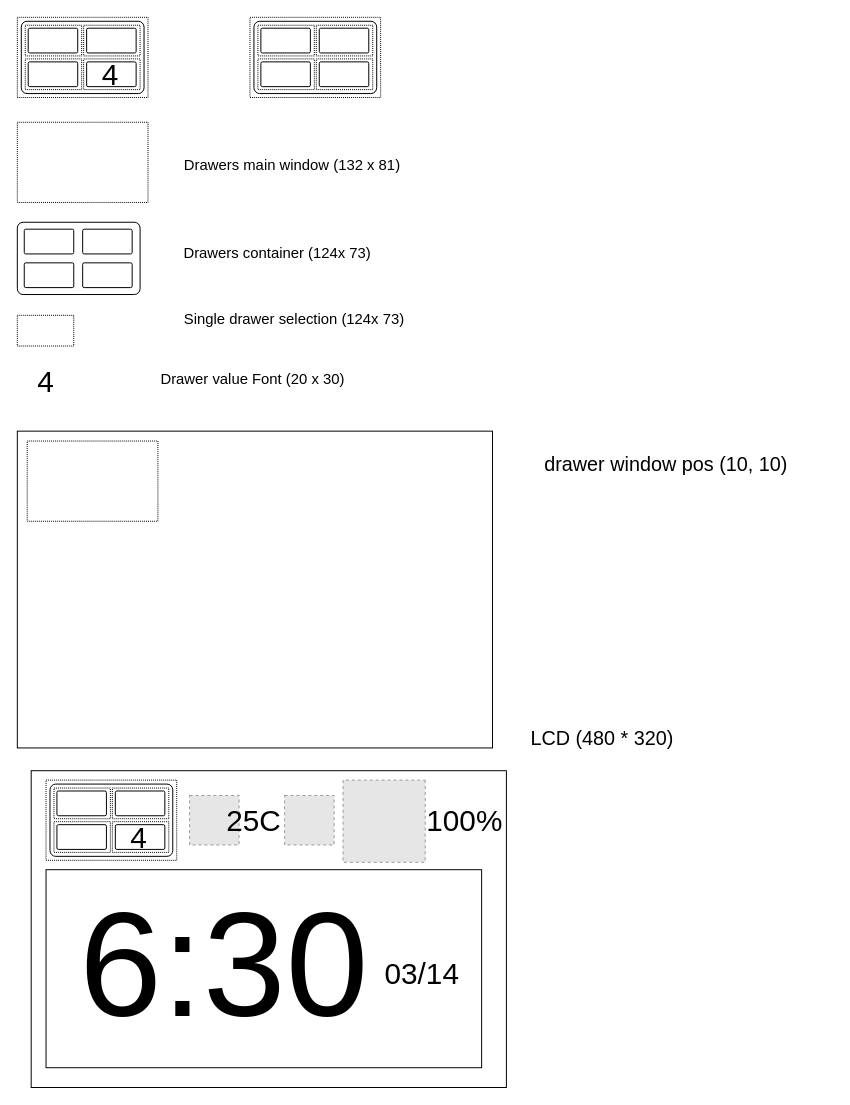
bdcabreran/Ali_pet_feeder keeps this draw.io diagram as page "ui_drawers" (5 of 12) of doc/images_pet_feeder/pet_feeder_gui_drawings.drawio. Above is the earlier version. Source tidied: cells renumbered, new cells numbered last; positions are measured from the earlier drawing's top-left corner, leaving out a move shared by most shapes. Both pictures are drawn from the tidied source at 99%, with x=0, y=0 at pixel (17, 17). Pictures stored in the file or linked from it are replaced by grey dashed boxes.
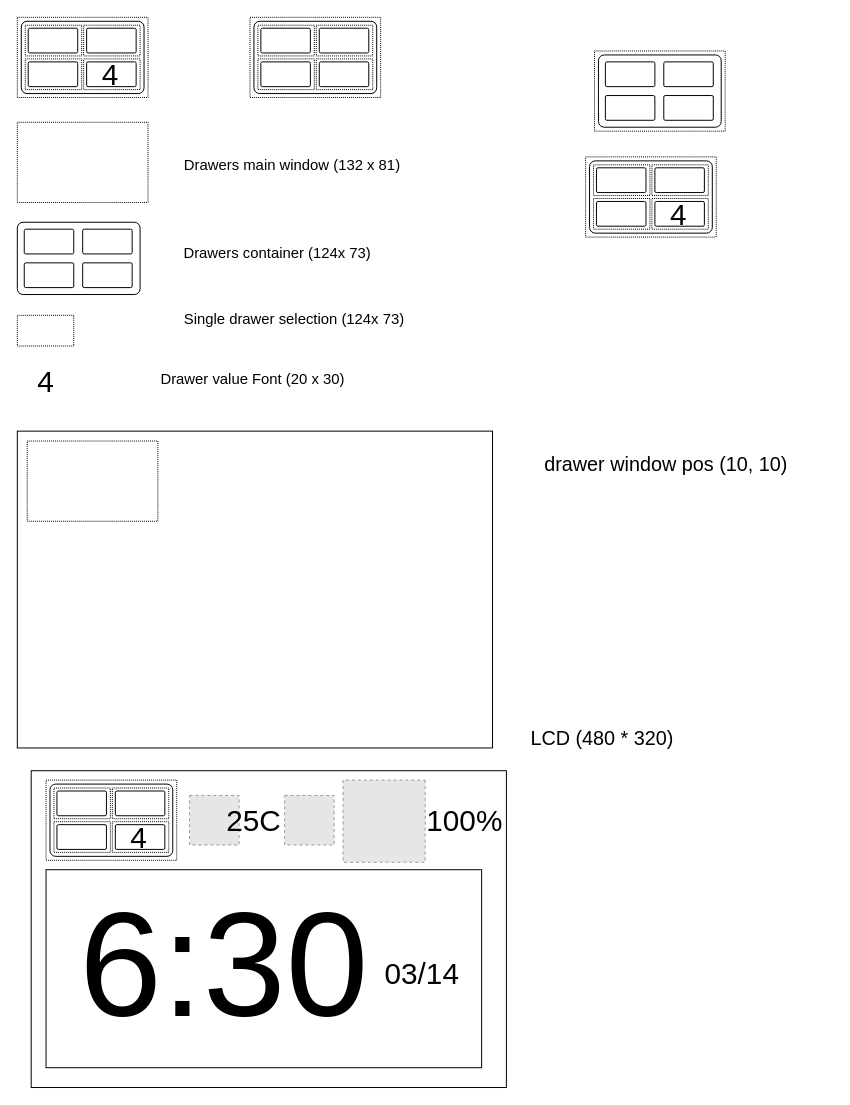
After the change.

Change to the diagram source:
```diff
@@
+    <mxCell id="62" style="group;" parent="1" vertex="1">
+      <mxGeometry x="583" y="34" width="132" height="81" as="geometry" />
+    </mxCell>
+    <mxCell id="63" style="rounded=0;whiteSpace=wrap;html=1;strokeColor=default;strokeWidth=1;fillColor=none;dashed=1;dashPattern=1 1;" parent="62" vertex="1">
+      <mxGeometry width="132" height="81" as="geometry" />
+    </mxCell>
+    <mxCell id="64" style="group;" parent="62" vertex="1">
+      <mxGeometry x="4" y="4" width="124" height="73" as="geometry" />
+    </mxCell>
+    <mxCell id="65" style="rounded=1;whiteSpace=wrap;html=1;arcSize=8;strokeWidth=1;fillColor=none;" parent="64" vertex="1">
+      <mxGeometry width="124" height="73" as="geometry" />
+    </mxCell>
+    <mxCell id="66" style="rounded=1;whiteSpace=wrap;html=1;arcSize=6;fillColor=none;" parent="64" vertex="1">
+      <mxGeometry x="7" y="7" width="50" height="25" as="geometry" />
+    </mxCell>
+    <mxCell id="67" style="rounded=1;whiteSpace=wrap;html=1;arcSize=6;fillColor=none;" parent="64" vertex="1">
+      <mxGeometry x="66" y="7" width="50" height="25" as="geometry" />
+    </mxCell>
+    <mxCell id="68" style="rounded=1;whiteSpace=wrap;html=1;arcSize=6;fillColor=none;" parent="64" vertex="1">
+      <mxGeometry x="7" y="41" width="50" height="25" as="geometry" />
+    </mxCell>
+    <mxCell id="69" style="rounded=1;whiteSpace=wrap;html=1;arcSize=6;fillColor=none;" parent="64" vertex="1">
+      <mxGeometry x="66" y="41" width="50" height="25" as="geometry" />
+    </mxCell>
+    <mxCell id="70" style="group;" parent="1" vertex="1">
+      <mxGeometry x="574" y="141" width="132" height="81" as="geometry" />
+    </mxCell>
+    <mxCell id="71" style="rounded=0;whiteSpace=wrap;html=1;strokeColor=default;strokeWidth=1;fillColor=none;dashed=1;dashPattern=1 1;" parent="70" vertex="1">
+      <mxGeometry width="132" height="81" as="geometry" />
+    </mxCell>
+    <mxCell id="72" style="rounded=1;whiteSpace=wrap;html=1;arcSize=8;strokeWidth=1;fillColor=none;" parent="70" vertex="1">
+      <mxGeometry x="4" y="4" width="124" height="73" as="geometry" />
+    </mxCell>
+    <mxCell id="73" style="rounded=1;whiteSpace=wrap;html=1;arcSize=6;" parent="70" vertex="1">
+      <mxGeometry x="11" y="11" width="50" height="25" as="geometry" />
+    </mxCell>
+    <mxCell id="74" style="rounded=0;whiteSpace=wrap;html=1;strokeColor=default;strokeWidth=1;fillColor=none;dashed=1;dashPattern=1 1;" parent="70" vertex="1">
+      <mxGeometry x="8" y="8" width="57" height="31" as="geometry" />
+    </mxCell>
+    <mxCell id="75" style="rounded=0;whiteSpace=wrap;html=1;strokeColor=default;strokeWidth=1;fillColor=none;dashed=1;dashPattern=1 1;" parent="70" vertex="1">
+      <mxGeometry x="8" y="42" width="57" height="31" as="geometry" />
+    </mxCell>
+    <mxCell id="76" style="rounded=0;whiteSpace=wrap;html=1;strokeColor=default;strokeWidth=1;fillColor=none;dashed=1;dashPattern=1 1;" parent="70" vertex="1">
+      <mxGeometry x="67" y="42" width="57" height="31" as="geometry" />
+    </mxCell>
+    <mxCell id="77" style="rounded=0;whiteSpace=wrap;html=1;strokeColor=default;strokeWidth=1;fillColor=none;dashed=1;dashPattern=1 1;" parent="70" vertex="1">
+      <mxGeometry x="67" y="8" width="57" height="31" as="geometry" />
+    </mxCell>
+    <mxCell id="78" style="rounded=1;whiteSpace=wrap;html=1;arcSize=6;" parent="70" vertex="1">
+      <mxGeometry x="70" y="11" width="50" height="25" as="geometry" />
+    </mxCell>
+    <mxCell id="79" style="rounded=1;whiteSpace=wrap;html=1;arcSize=6;" parent="70" vertex="1">
+      <mxGeometry x="11" y="45" width="50" height="25" as="geometry" />
+    </mxCell>
+    <mxCell id="80" style="rounded=1;whiteSpace=wrap;html=1;arcSize=6;" parent="70" vertex="1">
+      <mxGeometry x="70" y="45" width="50" height="25" as="geometry" />
+    </mxCell>
+    <mxCell id="81" value="4" style="text;html=1;strokeColor=none;fillColor=none;align=center;verticalAlign=middle;whiteSpace=wrap;rounded=0;fontSize=30;" parent="70" vertex="1">
+      <mxGeometry x="84" y="43" width="20" height="30" as="geometry" />
+    </mxCell>
```
